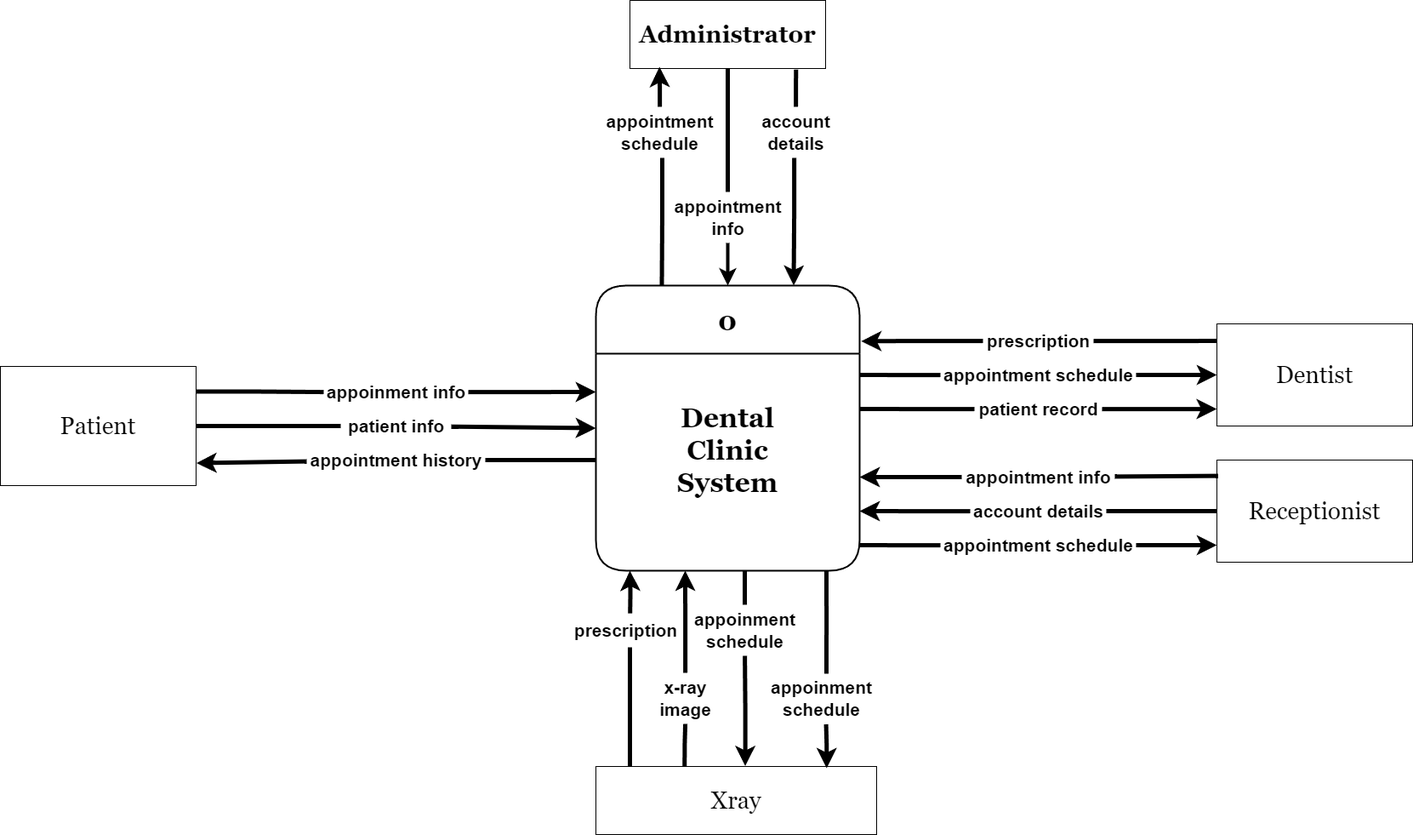
The draw.io diagram Design/Context Diagram.png in MohamedIsa/Dental-Clinic-System, before a commit. Source tidied: cells renumbered, new cells last; positions are measured from the earlier drawing's top-left corner, leaving out a move shared by most shapes.
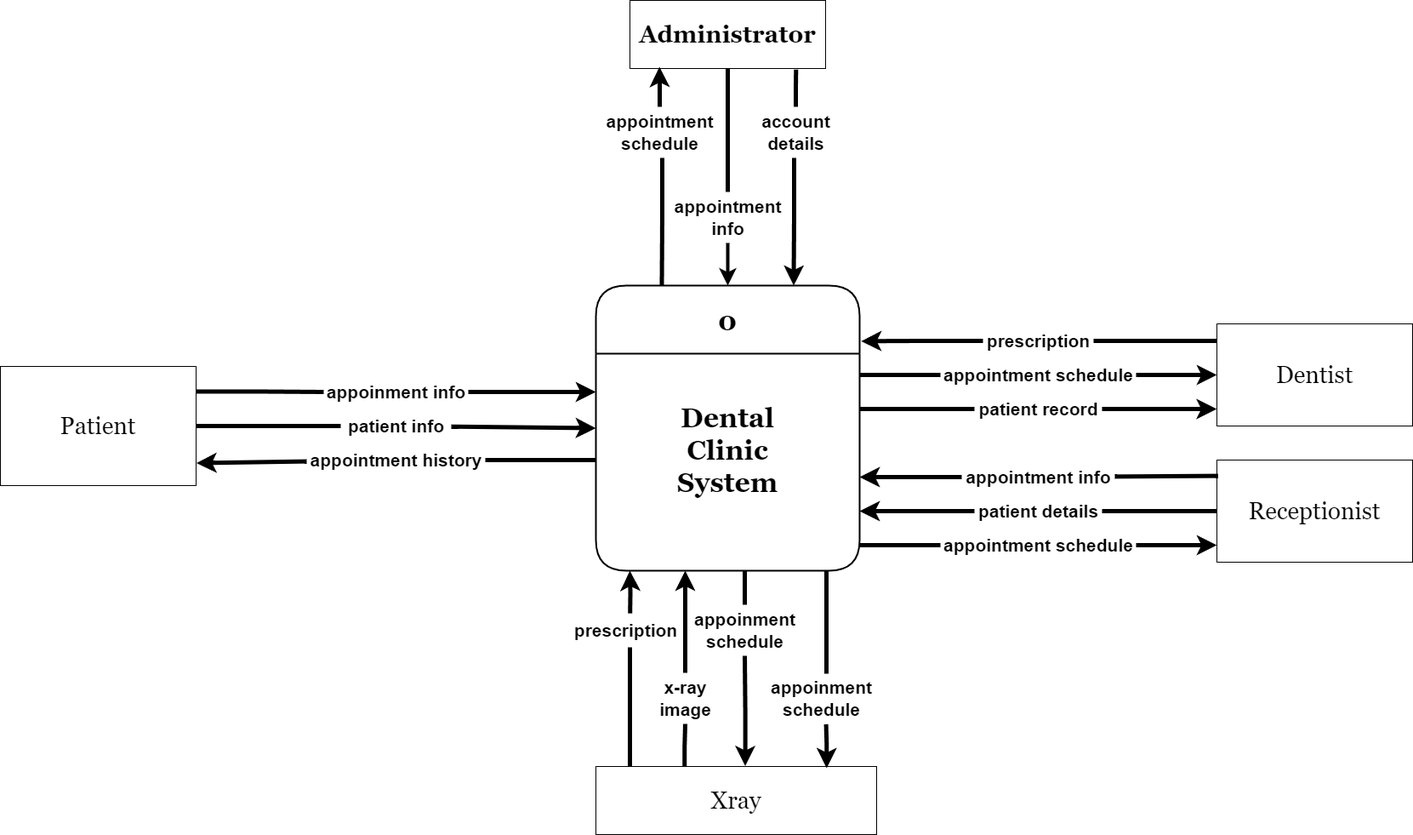
Above is the later version.

Change to the diagram source:
```diff
@@ -136,8 +136,8 @@
         <mxPoint x="1010" y="600" as="targetPoint" />
       </mxGeometry>
     </mxCell>
-    <mxCell id="38" value="account details" style="text;html=1;align=center;verticalAlign=middle;points=[];strokeColor=none;fillColor=none;fontSize=21;fontStyle=1;" parent="1" vertex="1">
-      <mxGeometry x="1140" y="580" width="160" height="40" as="geometry" />
+    <mxCell id="38" value="patient details" style="text;html=1;align=center;verticalAlign=middle;points=[];strokeColor=none;fillColor=none;fontSize=21;fontStyle=1;" parent="1" vertex="1">
+      <mxGeometry x="1145" y="580" width="150" height="40" as="geometry" />
     </mxCell>
     <mxCell id="39" style="edgeStyle=none;curved=1;rounded=0;jettySize=auto;html=1;fontSize=12;startSize=8;endSize=8;endArrow=classic;endFill=1;strokeWidth=5;" parent="1" edge="1" source="41">
       <mxGeometry relative="1" as="geometry">
```
